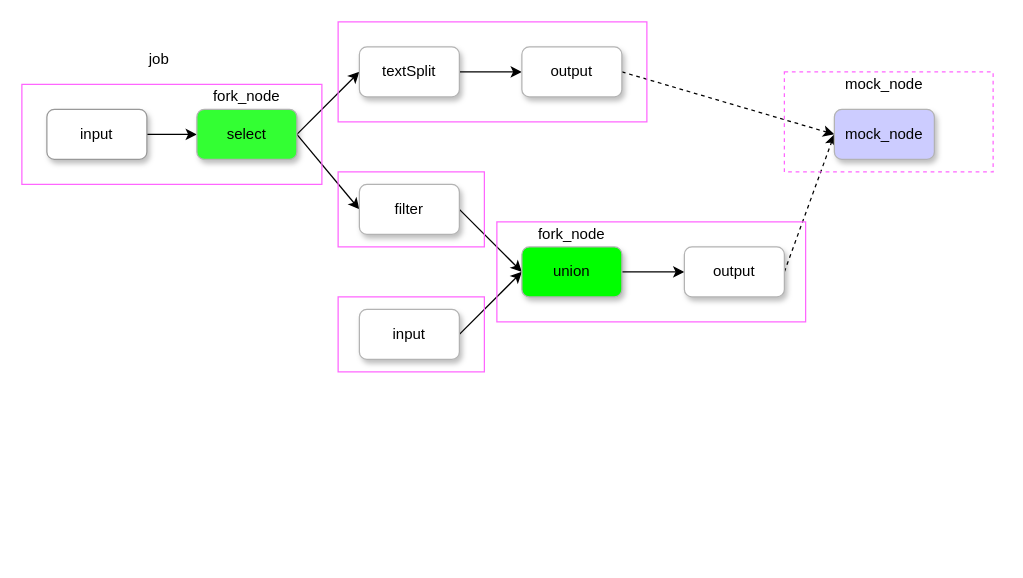
Before: alex.drawio in yugecxy/diagram, a draw.io diagram. Source tidied: cells renumbered, new cells numbered last; positions are measured from the earlier drawing's top-left corner, leaving out a move shared by most shapes. Both pictures are drawn from the tidied source at 125%, with x=0, y=0 at pixel (21, 21).
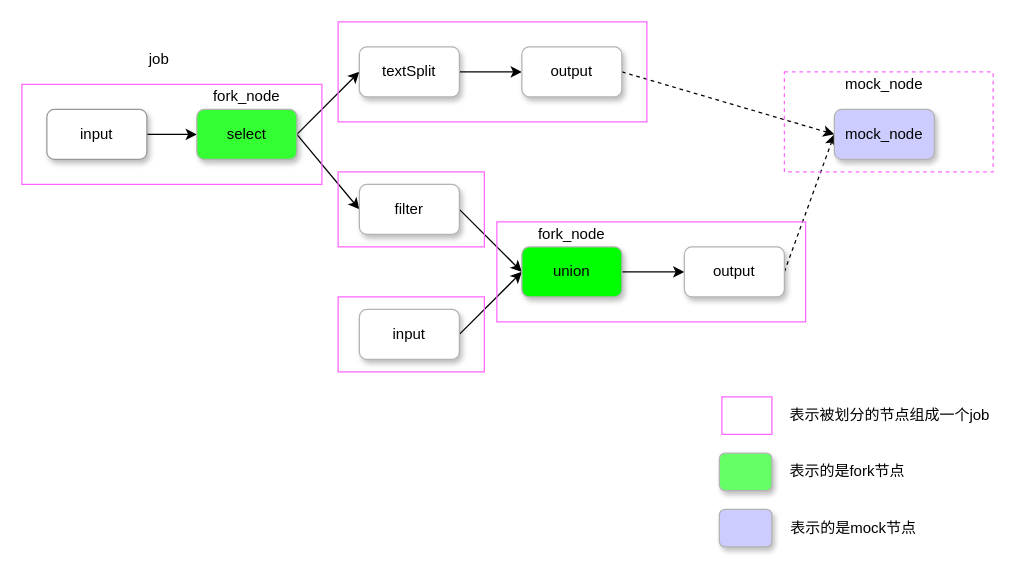
The same page after the edit.

Diff of the diagram source:
```diff
@@
+    <mxCell id="30" style="rounded=0;whiteSpace=wrap;html=1;shadow=0;strokeColor=#FF66FF;fillColor=none;" parent="1" vertex="1">
+      <mxGeometry x="560" y="300" width="40" height="30" as="geometry" />
+    </mxCell>
+    <mxCell id="31" value="表示被划分的节点组成一个job" style="text;html=1;align=center;verticalAlign=middle;" parent="1" vertex="1">
+      <mxGeometry x="603.5" y="305" width="180" height="20" as="geometry" />
+    </mxCell>
+    <mxCell id="32" value="表示的是fork节点" style="text;html=1;align=center;verticalAlign=middle;" parent="1" vertex="1">
+      <mxGeometry x="605" y="350" width="110" height="20" as="geometry" />
+    </mxCell>
+    <mxCell id="33" style="rounded=1;whiteSpace=wrap;html=1;shadow=1;strokeColor=#B3B3B3;fillColor=#CCCCFF;" parent="1" vertex="1">
+      <mxGeometry x="558" y="390" width="42" height="30" as="geometry" />
+    </mxCell>
+    <mxCell id="34" value="表示的是mock节点" style="text;html=1;align=center;verticalAlign=middle;" parent="1" vertex="1">
+      <mxGeometry x="605" y="395" width="120" height="20" as="geometry" />
+    </mxCell>
+    <mxCell id="35" style="rounded=1;whiteSpace=wrap;html=1;shadow=1;strokeColor=#B3B3B3;fillColor=#66FF66;" parent="1" vertex="1">
+      <mxGeometry x="558" y="345" width="42" height="30" as="geometry" />
+    </mxCell>
```
